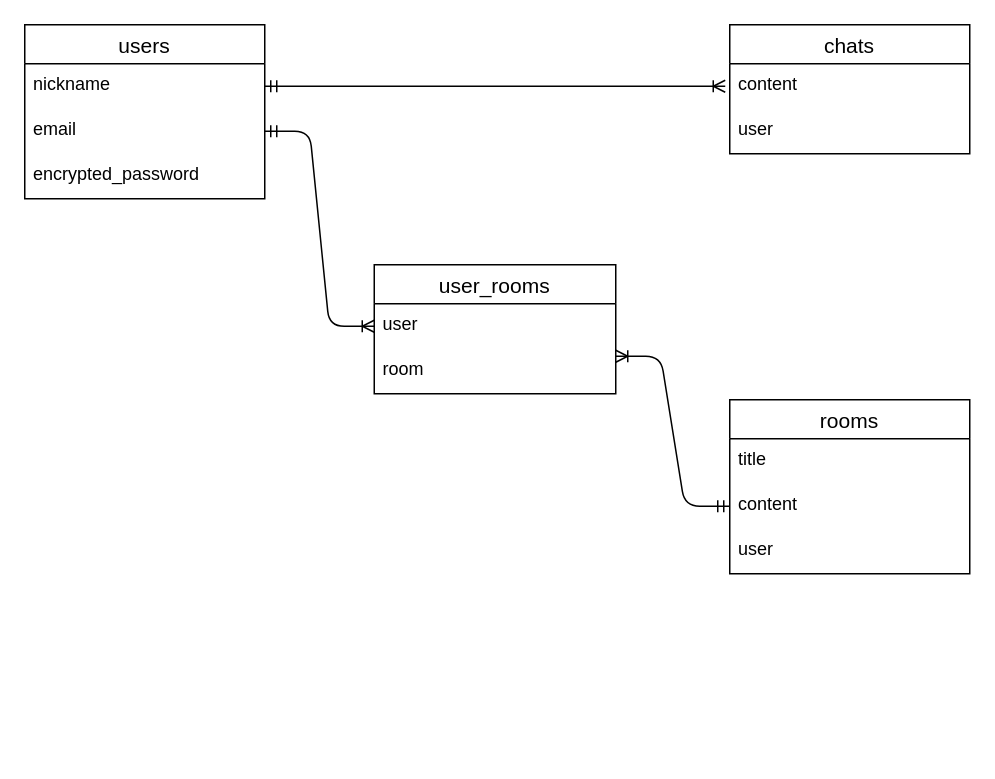
This is amigo.dio from pii-programmer/amigo, a draw.io file, before an edit. Source tidied: cells renumbered, new cells numbered last; positions are measured from the earlier drawing's top-left corner, leaving out a move shared by most shapes. Both pictures are drawn from the tidied source at 150%, with x=0, y=0 at pixel (24, 24).
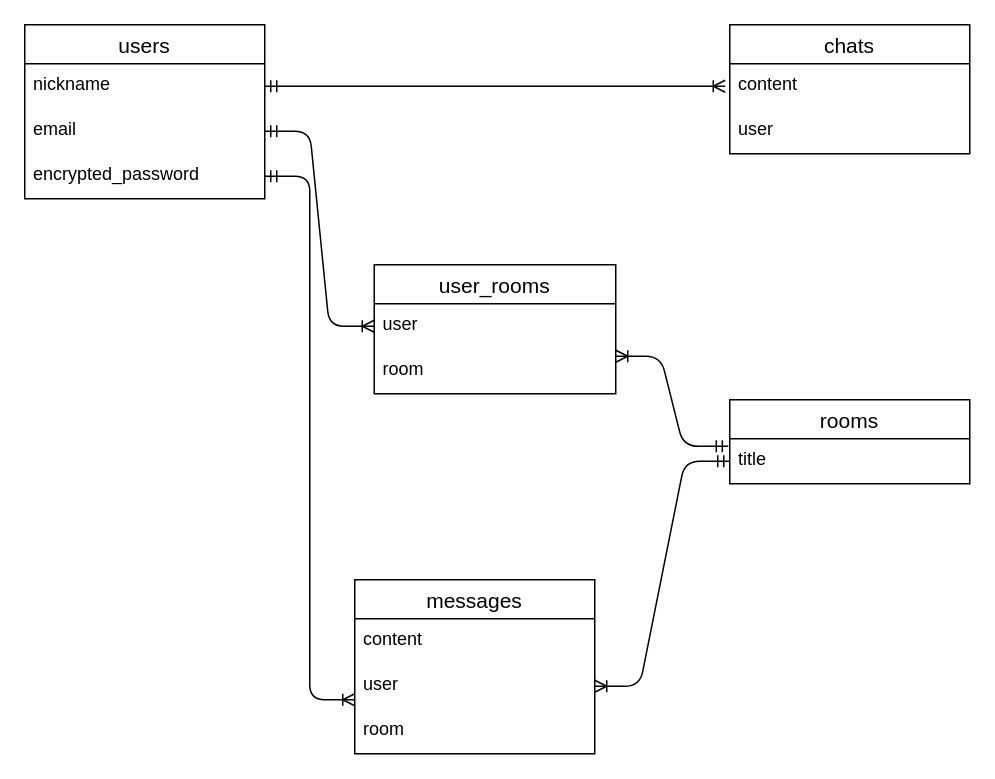
The same diagram, later.

Unchanged cells that the change refers to:
```xml
<mxCell id="5" value="encrypted_password" style="text;strokeColor=none;fillColor=none;spacingLeft=4;spacingRight=4;overflow=hidden;points=[[0,0.5],[1,0.5]];portConstraint=eastwest;fontSize=12;" parent="2" vertex="1">
  <mxGeometry y="86" width="160" height="30" as="geometry" />
</mxCell>
<mxCell id="8" value="room" style="text;strokeColor=none;fillColor=none;spacingLeft=4;spacingRight=4;overflow=hidden;points=[[0,0.5],[1,0.5]];portConstraint=eastwest;fontSize=12;" parent="6" vertex="1">
  <mxGeometry y="56" width="161" height="30" as="geometry" />
</mxCell>
<mxCell id="10" value="title" style="text;strokeColor=none;fillColor=none;spacingLeft=4;spacingRight=4;overflow=hidden;points=[[0,0.5],[1,0.5]];portConstraint=eastwest;fontSize=12;" parent="9" vertex="1">
  <mxGeometry y="26" width="160" height="30" as="geometry" />
</mxCell>
```

Change to the diagram source:
```diff
@@
     <mxCell id="9" value="rooms" style="swimlane;fontStyle=0;horizontal=1;startSize=26;align=center;fontSize=14;" parent="1" vertex="1">
-      <mxGeometry x="470" y="250" width="160" height="116" as="geometry" />
+      <mxGeometry x="470" y="250" width="160" height="56" as="geometry" />
     </mxCell>
@@
-    <mxCell id="11" value="content" style="text;strokeColor=none;fillColor=none;spacingLeft=4;spacingRight=4;overflow=hidden;points=[[0,0.5],[1,0.5]];portConstraint=eastwest;fontSize=12;" parent="9" vertex="1">
-      <mxGeometry y="56" width="160" height="30" as="geometry" />
-    </mxCell>
-    <mxCell id="12" value="user" style="text;strokeColor=none;fillColor=none;spacingLeft=4;spacingRight=4;overflow=hidden;points=[[0,0.5],[1,0.5]];portConstraint=eastwest;fontSize=12;" parent="9" vertex="1">
-      <mxGeometry y="86" width="160" height="30" as="geometry" />
-    </mxCell>
@@
-    <mxCell id="17" style="edgeStyle=entityRelationEdgeStyle;fontSize=12;html=1;endArrow=ERoneToMany;startArrow=ERmandOne;entryX=1;entryY=0.167;entryDx=0;entryDy=0;entryPerimeter=0;" parent="1" edge="1" source="11" target="8">
+    <mxCell id="17" style="edgeStyle=entityRelationEdgeStyle;fontSize=12;html=1;endArrow=ERoneToMany;startArrow=ERmandOne;entryX=1;entryY=0.167;entryDx=0;entryDy=0;entryPerimeter=0;exitX=-0.006;exitY=0.167;exitDx=0;exitDy=0;exitPerimeter=0;" parent="1" edge="1" source="10" target="8">
       <mxGeometry relative="1" as="geometry" />
     </mxCell>
@@
+    <mxCell id="19" value="messages" style="swimlane;fontStyle=0;horizontal=1;startSize=26;align=center;fontSize=14;" parent="1" vertex="1">
+      <mxGeometry x="220" y="370" width="160" height="116" as="geometry" />
+    </mxCell>
+    <mxCell id="11" value="content" style="text;strokeColor=none;fillColor=none;spacingLeft=4;spacingRight=4;overflow=hidden;points=[[0,0.5],[1,0.5]];portConstraint=eastwest;fontSize=12;" parent="19" vertex="1">
+      <mxGeometry y="26" width="160" height="30" as="geometry" />
+    </mxCell>
+    <mxCell id="12" value="user" style="text;strokeColor=none;fillColor=none;spacingLeft=4;spacingRight=4;overflow=hidden;points=[[0,0.5],[1,0.5]];portConstraint=eastwest;fontSize=12;" parent="19" vertex="1">
+      <mxGeometry y="56" width="160" height="30" as="geometry" />
+    </mxCell>
+    <mxCell id="20" value="room" style="text;strokeColor=none;fillColor=none;spacingLeft=4;spacingRight=4;overflow=hidden;fontSize=12;" parent="19" vertex="1">
+      <mxGeometry y="86" width="160" height="30" as="geometry" />
+    </mxCell>
+    <mxCell id="21" style="edgeStyle=entityRelationEdgeStyle;fontSize=12;html=1;endArrow=ERoneToMany;startArrow=ERmandOne;exitX=1;exitY=0.5;exitDx=0;exitDy=0;" parent="1" edge="1" source="5">
+      <mxGeometry relative="1" as="geometry">
+        <mxPoint x="220" y="450" as="targetPoint" />
+      </mxGeometry>
+    </mxCell>
+    <mxCell id="22" style="edgeStyle=entityRelationEdgeStyle;fontSize=12;html=1;endArrow=ERoneToMany;startArrow=ERmandOne;exitX=0;exitY=0.5;exitDx=0;exitDy=0;entryX=1;entryY=0.5;entryDx=0;entryDy=0;" parent="1" edge="1" source="10" target="12">
+      <mxGeometry relative="1" as="geometry" />
+    </mxCell>
```
